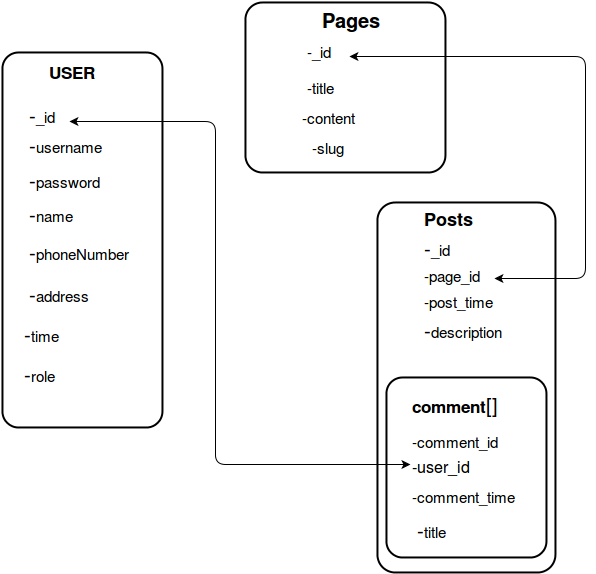
This is newSchema.png from priyankagat-webonise/NoSql, a draw.io export, as it was before one commit. Source tidied: cells renumbered, new cells last; positions are measured from the earlier drawing's top-left corner, leaving out a move shared by most shapes.
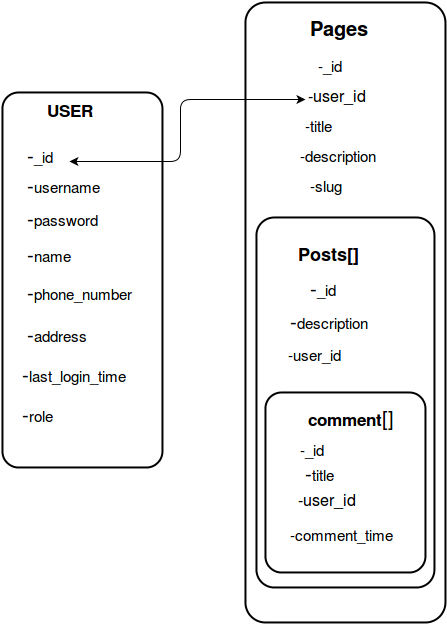
After the change.

Commit message:
add new schema diagram

Change to the diagram source:
```diff
@@ -17,8 +17,8 @@
     <mxCell id="6" value="-&lt;font style=&quot;font-size: 15px&quot;&gt;_id&lt;/font&gt;" style="text;html=1;align=left;verticalAlign=top;spacingTop=-4;fontSize=20;" parent="1" vertex="1">
       <mxGeometry x="25" y="101" width="40" height="30" as="geometry" />
     </mxCell>
-    <mxCell id="7" value="-&lt;font style=&quot;font-size: 15px&quot;&gt;time&lt;font style=&quot;font-size: 15px&quot;&gt;&lt;/font&gt;&lt;/font&gt;" style="text;html=1;align=left;verticalAlign=top;spacingTop=-4;fontSize=20;" parent="1" vertex="1">
-      <mxGeometry x="20" y="320" width="50" height="30" as="geometry" />
+    <mxCell id="7" value="-&lt;font style=&quot;font-size: 15px&quot;&gt;last_login_&lt;/font&gt;&lt;font style=&quot;font-size: 15px&quot;&gt;time&lt;/font&gt;" style="text;html=1;align=left;verticalAlign=top;spacingTop=-4;fontSize=20;" parent="1" vertex="1">
+      <mxGeometry x="20" y="320" width="120" height="30" as="geometry" />
     </mxCell>
     <mxCell id="8" value="-&lt;font style=&quot;font-size: 15px&quot;&gt;name&lt;/font&gt;" style="text;html=1;align=left;verticalAlign=top;spacingTop=-4;fontSize=20;" parent="1" vertex="1">
       <mxGeometry x="25" y="200" width="60" height="30" as="geometry" />
@@ -26,83 +26,75 @@
     <mxCell id="9" value="-&lt;font style=&quot;font-size: 15px&quot;&gt;address&lt;/font&gt;" style="text;html=1;align=left;verticalAlign=top;spacingTop=-4;fontSize=20;" parent="1" vertex="1">
       <mxGeometry x="25" y="280" width="80" height="30" as="geometry" />
     </mxCell>
-    <mxCell id="10" value="-&lt;font style=&quot;font-size: 15px&quot;&gt;phoneNumber&lt;br&gt;&lt;/font&gt;" style="text;html=1;align=left;verticalAlign=top;spacingTop=-4;fontSize=20;" parent="1" vertex="1">
+    <mxCell id="10" value="-&lt;font style=&quot;font-size: 15px&quot;&gt;phone_number&lt;br&gt;&lt;/font&gt;" style="text;html=1;align=left;verticalAlign=top;spacingTop=-4;fontSize=20;" parent="1" vertex="1">
       <mxGeometry x="25" y="238" width="120" height="30" as="geometry" />
     </mxCell>
     <mxCell id="11" value="-&lt;font style=&quot;font-size: 15px&quot;&gt;role&lt;/font&gt;" style="text;html=1;align=left;verticalAlign=top;spacingTop=-4;fontSize=20;" parent="1" vertex="1">
       <mxGeometry x="20" y="360" width="50" height="30" as="geometry" />
     </mxCell>
     <mxCell id="12" style="strokeWidth=2;rounded=1;arcSize=10;whiteSpace=wrap;html=1;fillColor=none;fontSize=20;" parent="1" vertex="1">
-      <mxGeometry x="243" width="200" height="170" as="geometry" />
+      <mxGeometry x="243" y="-40" width="200" height="620" as="geometry" />
     </mxCell>
     <mxCell id="13" value="&lt;font style=&quot;font-size: 15px&quot;&gt;-&lt;/font&gt;&lt;font style=&quot;font-size: 15px&quot;&gt;_id&lt;/font&gt;" style="text;html=1;points=[];align=left;verticalAlign=top;spacingTop=-4;fontSize=20;" parent="1" vertex="1">
-      <mxGeometry x="303" y="36" width="40" height="30" as="geometry" />
+      <mxGeometry x="316" y="10" width="40" height="30" as="geometry" />
     </mxCell>
     <mxCell id="14" value="&lt;font style=&quot;font-size: 20px;&quot;&gt;&lt;b&gt;Pages&lt;/b&gt;&lt;/font&gt;" style="text;html=1;fontSize=20;" parent="1" vertex="1">
-      <mxGeometry x="318" width="80" height="40" as="geometry" />
+      <mxGeometry x="308" y="-30" width="80" height="40" as="geometry" />
     </mxCell>
     <mxCell id="15" value="&lt;font style=&quot;font-size: 15px;&quot;&gt;-title&lt;/font&gt;" style="text;html=1;fontSize=20;" parent="1" vertex="1">
       <mxGeometry x="303" y="66" width="50" height="40" as="geometry" />
     </mxCell>
-    <mxCell id="16" value="&lt;font style=&quot;font-size: 15px;&quot;&gt;-content&lt;/font&gt;" style="text;html=1;fontSize=20;" parent="1" vertex="1">
+    <mxCell id="16" value="&lt;font style=&quot;font-size: 15px&quot;&gt;-description&lt;/font&gt;" style="text;html=1;fontSize=20;" parent="1" vertex="1">
       <mxGeometry x="298" y="96" width="80" height="40" as="geometry" />
     </mxCell>
     <mxCell id="17" value="&lt;font style=&quot;font-size: 15px;&quot;&gt;-slug&lt;/font&gt;" style="text;html=1;fontSize=20;" parent="1" vertex="1">
       <mxGeometry x="308" y="126" width="60" height="40" as="geometry" />
     </mxCell>
     <mxCell id="18" style="strokeWidth=2;rounded=1;arcSize=10;whiteSpace=wrap;html=1;fillColor=none;fontSize=20;" parent="1" vertex="1">
-      <mxGeometry x="375" y="200" width="178" height="370" as="geometry" />
+      <mxGeometry x="254" y="175" width="178" height="370" as="geometry" />
     </mxCell>
-    <mxCell id="19" value="&lt;font style=&quot;font-size: 18px&quot;&gt;&lt;b&gt;Posts&lt;/b&gt;&lt;/font&gt; &lt;br&gt;" style="text;html=1;fontSize=20;" parent="1" vertex="1">
-      <mxGeometry x="420" y="198" width="70" height="40" as="geometry" />
+    <mxCell id="19" value="&lt;font style=&quot;font-size: 18px&quot;&gt;&lt;b&gt;Posts[]&lt;/b&gt;&lt;/font&gt; &lt;br&gt;&lt;br&gt;" style="text;html=1;fontSize=20;" parent="1" vertex="1">
+      <mxGeometry x="296" y="195" width="70" height="40" as="geometry" />
     </mxCell>
     <mxCell id="20" value="-&lt;font style=&quot;font-size: 15px&quot;&gt;_id&lt;/font&gt;" style="text;html=1;fontSize=20;" parent="1" vertex="1">
-      <mxGeometry x="420" y="228" width="70" height="40" as="geometry" />
+      <mxGeometry x="308" y="230" width="70" height="40" as="geometry" />
     </mxCell>
-    <mxCell id="21" value="-&lt;font style=&quot;font-size: 15px&quot;&gt;description&lt;/font&gt;" style="text;html=1;fontSize=20;" parent="1" vertex="1">
-      <mxGeometry x="420" y="310" width="80" height="40" as="geometry" />
+    <mxCell id="21" value="-&lt;font style=&quot;font-size: 15px&quot;&gt;description&lt;/font&gt;" style="text;html=1;fontSize=20;direction=south;" parent="1" vertex="1">
+      <mxGeometry x="288" y="263" width="90" height="35" as="geometry" />
     </mxCell>
-    <mxCell id="22" value="&lt;font style=&quot;font-size: 15px;&quot;&gt;-post_time&lt;/font&gt;" style="text;html=1;fontSize=20;" parent="1" vertex="1">
-      <mxGeometry x="420" y="280" width="90" height="40" as="geometry" />
+    <mxCell id="22" value="&lt;font style=&quot;font-size: 15px&quot;&gt;-user_id&lt;/font&gt;" style="text;html=1;fontSize=20;" parent="1" vertex="1">
+      <mxGeometry x="286" y="295" width="90" height="40" as="geometry" />
     </mxCell>
     <mxCell id="23" style="strokeWidth=2;rounded=1;arcSize=10;whiteSpace=wrap;html=1;fillColor=none;fontSize=20;" parent="1" vertex="1">
-      <mxGeometry x="384" y="375" width="160" height="180" as="geometry" />
+      <mxGeometry x="263" y="350" width="160" height="180" as="geometry" />
     </mxCell>
     <mxCell id="24" value="&lt;font style=&quot;font-size: 17px&quot;&gt;&lt;b&gt;comment&lt;/b&gt;&lt;/font&gt;[]" style="text;html=1;fontSize=20;" parent="1" vertex="1">
-      <mxGeometry x="408" y="385" width="100" height="40" as="geometry" />
+      <mxGeometry x="306" y="360" width="100" height="40" as="geometry" />
     </mxCell>
-    <mxCell id="25" value="&lt;font style=&quot;font-size: 15px&quot;&gt;-comment_id&lt;/font&gt;" style="text;html=1;fontSize=20;" parent="1" vertex="1">
-      <mxGeometry x="408" y="420" width="100" height="40" as="geometry" />
+    <mxCell id="25" value="&lt;font style=&quot;font-size: 15px&quot;&gt;-_id&lt;/font&gt;" style="text;html=1;fontSize=20;" parent="1" vertex="1">
+      <mxGeometry x="298" y="390" width="100" height="40" as="geometry" />
     </mxCell>
     <mxCell id="26" value="&lt;font style=&quot;font-size: 16px&quot;&gt;-user_id&lt;/font&gt;" style="text;html=1;fontSize=20;" parent="1" vertex="1">
-      <mxGeometry x="408" y="445" width="70" height="40" as="geometry" />
+      <mxGeometry x="296" y="440" width="70" height="40" as="geometry" />
     </mxCell>
+    <mxCell id="28" value="-&lt;font style=&quot;font-size: 15px&quot;&gt;title&lt;/font&gt;" style="text;html=1;fontSize=20;" parent="1" vertex="1">
+      <mxGeometry x="303" y="415" width="50" height="40" as="geometry" />
+    </mxCell>
+    <mxCell id="32" value="&lt;font style=&quot;font-size: 16px&quot;&gt;-user_id&lt;/font&gt;" style="text;html=1;align=left;verticalAlign=top;spacingTop=-4;fontSize=20;" parent="1" vertex="1">
+      <mxGeometry x="306" y="40" width="70" height="30" as="geometry" />
+    </mxCell>
-    <mxCell id="27" value="&lt;font style=&quot;font-size: 15px;&quot;&gt;-comment_time&lt;/font&gt;" style="text;html=1;fontSize=20;" parent="1" vertex="1">
-      <mxGeometry x="408" y="475" width="130" height="40" as="geometry" />
+    <mxCell id="27" value="&lt;font style=&quot;font-size: 15px&quot;&gt;-comment_time&lt;/font&gt;" style="text;html=1;fontSize=20;" parent="1" vertex="1">
+      <mxGeometry x="288" y="475" width="130" height="40" as="geometry" />
     </mxCell>
-    <mxCell id="28" value="-&lt;font style=&quot;font-size: 15px&quot;&gt;title&lt;/font&gt;" style="text;html=1;fontSize=20;" parent="1" vertex="1">
-      <mxGeometry x="413" y="510" width="50" height="40" as="geometry" />
-    </mxCell>
-    <mxCell id="29" value="&lt;font style=&quot;font-size: 15px&quot;&gt;-page&lt;/font&gt;&lt;font style=&quot;font-size: 15px&quot;&gt;_id&lt;/font&gt;" style="text;html=1;points=[];align=left;verticalAlign=top;spacingTop=-4;fontSize=20;" parent="1" vertex="1">
-      <mxGeometry x="420" y="260" width="70" height="30" as="geometry" />
-    </mxCell>
-    <mxCell id="30" style="endArrow=classic;startArrow=classic;html=1;fontSize=20;exitX=1.05;exitY=0.7;exitPerimeter=0;entryX=0;entryY=0.5;edgeStyle=orthogonalEdgeStyle;" parent="1" edge="1">
-      <mxGeometry relative="1" as="geometry">
-        <mxPoint x="67" y="119" as="sourcePoint" />
-        <mxPoint x="408" y="462" as="targetPoint" />
-        <Array as="points">
-          <mxPoint x="213" y="119" />
-          <mxPoint x="213" y="462" />
-        </Array>
-      </mxGeometry>
-    </mxCell>
-    <mxCell id="31" style="endArrow=classic;startArrow=classic;html=1;fontSize=20;exitX=1.1;exitY=0.6;exitPerimeter=0;edgeStyle=orthogonalEdgeStyle;entryX=1.029;entryY=0.533;entryPerimeter=0;" parent="1" edge="1" source="13" target="29">
-      <mxGeometry relative="1" as="geometry">
-        <Array as="points">
-          <mxPoint x="583" y="54" />
-          <mxPoint x="583" y="276" />
-        </Array>
-      </mxGeometry>
-    </mxCell>
+    <mxCell id="33" style="endArrow=classic;startArrow=classic;html=1;fontSize=20;exitX=1.05;exitY=0.7;exitPerimeter=0;edgeStyle=orthogonalEdgeStyle;" parent="1" edge="1">
+      <mxGeometry relative="1" as="geometry">
+        <mxPoint x="67" y="119" as="sourcePoint" />
+        <mxPoint x="303" y="57" as="targetPoint" />
+        <Array as="points">
+          <mxPoint x="178" y="119" />
+          <mxPoint x="178" y="57" />
+        </Array>
+      </mxGeometry>
+    </mxCell>
   </root>
 </mxGraphModel>
```
